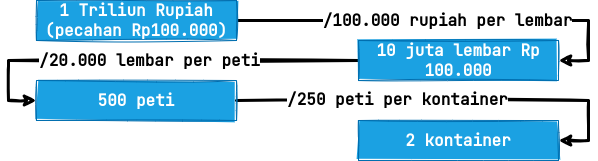
kreikrei/tugas-akhir keeps this draw.io diagram as KonversiPecahan.drawio.png. Above is the earlier version. Source tidied: cells renumbered, new cells last; positions are measured from the earlier drawing's top-left corner, leaving out a move shared by most shapes.
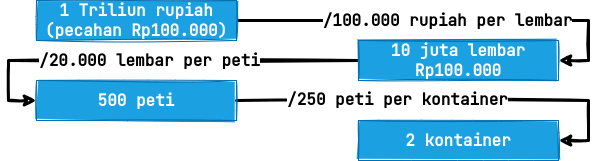
The same diagram one commit later.

Commit message:
revisi gambar konversi

Change to the diagram source:
```diff
@@ -10,7 +10,7 @@
         </Array>
       </mxGeometry>
     </mxCell>
-    <mxCell id="3" value="1 Triliun Rupiah (pecahan Rp100.000)" style="rounded=0;whiteSpace=wrap;html=1;fontSize=16;fontFamily=JetBrains Mono;fontSource=https%3A%2F%2Ffonts.googleapis.com%2Fcss%3Ffamily%3DJetBrains%2BMono;fontStyle=1;fillColor=#1ba1e2;fontColor=#ffffff;strokeColor=#006EAF;sketch=1;fillStyle=solid;" parent="1" vertex="1">
+    <mxCell id="3" value="1 Triliun rupiah (pecahan Rp100.000)" style="rounded=0;whiteSpace=wrap;html=1;fontSize=16;fontFamily=JetBrains Mono;fontSource=https%3A%2F%2Ffonts.googleapis.com%2Fcss%3Ffamily%3DJetBrains%2BMono;fontStyle=1;fillColor=#1ba1e2;fontColor=#ffffff;strokeColor=#006EAF;sketch=1;fillStyle=solid;" parent="1" vertex="1">
       <mxGeometry x="28" width="200" height="40" as="geometry" />
     </mxCell>
     <mxCell id="4" value="/20.000 lembar per peti" style="edgeStyle=orthogonalEdgeStyle;rounded=0;jettySize=auto;html=1;fontFamily=JetBrains Mono;fontSource=https%3A%2F%2Ffonts.googleapis.com%2Fcss%3Ffamily%3DJetBrains%2BMono;fontSize=16;fontStyle=1;strokeWidth=3;sketch=1;" parent="1" edge="1" source="5" target="8">
@@ -21,7 +21,7 @@
         </Array>
       </mxGeometry>
     </mxCell>
-    <mxCell id="5" value="10 juta lembar Rp 100.000" style="whiteSpace=wrap;html=1;fontSize=16;fontFamily=JetBrains Mono;rounded=0;fontSource=https%3A%2F%2Ffonts.googleapis.com%2Fcss%3Ffamily%3DJetBrains%2BMono;fontStyle=1;fillColor=#1ba1e2;fontColor=#ffffff;strokeColor=#006EAF;sketch=1;fillStyle=solid;" parent="1" vertex="1">
+    <mxCell id="5" value="10 juta lembar&lt;br&gt;Rp100.000" style="whiteSpace=wrap;html=1;fontSize=16;fontFamily=JetBrains Mono;rounded=0;fontSource=https%3A%2F%2Ffonts.googleapis.com%2Fcss%3Ffamily%3DJetBrains%2BMono;fontStyle=1;fillColor=#1ba1e2;fontColor=#ffffff;strokeColor=#006EAF;sketch=1;fillStyle=solid;" parent="1" vertex="1">
       <mxGeometry x="350" y="40" width="200" height="40" as="geometry" />
     </mxCell>
     <mxCell id="6" style="edgeStyle=orthogonalEdgeStyle;rounded=0;jettySize=auto;html=1;fontFamily=JetBrains Mono;fontSource=https%3A%2F%2Ffonts.googleapis.com%2Fcss%3Ffamily%3DJetBrains%2BMono;fontSize=16;fontStyle=1;strokeWidth=3;sketch=1;" parent="1" edge="1" source="8" target="9">
```
